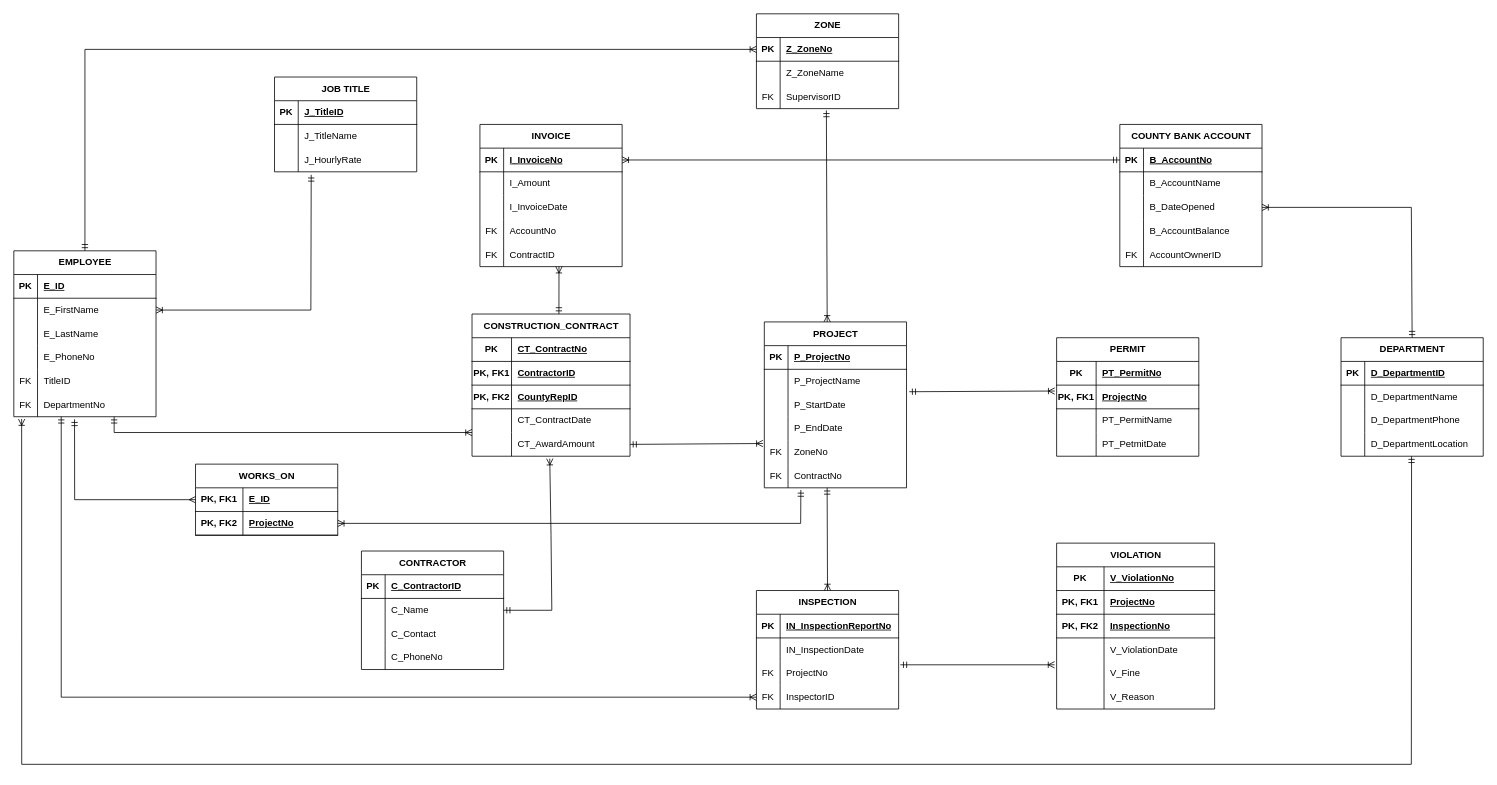
This is DatabaseERD.drawio from falcatraz/database-project, a draw.io file, before an edit. Source tidied: cells renumbered, new cells numbered last; positions are measured from the earlier drawing's top-left corner, leaving out a move shared by most shapes. Both pictures are drawn from the tidied source at 79%, with x=0, y=0 at pixel (13, 13).
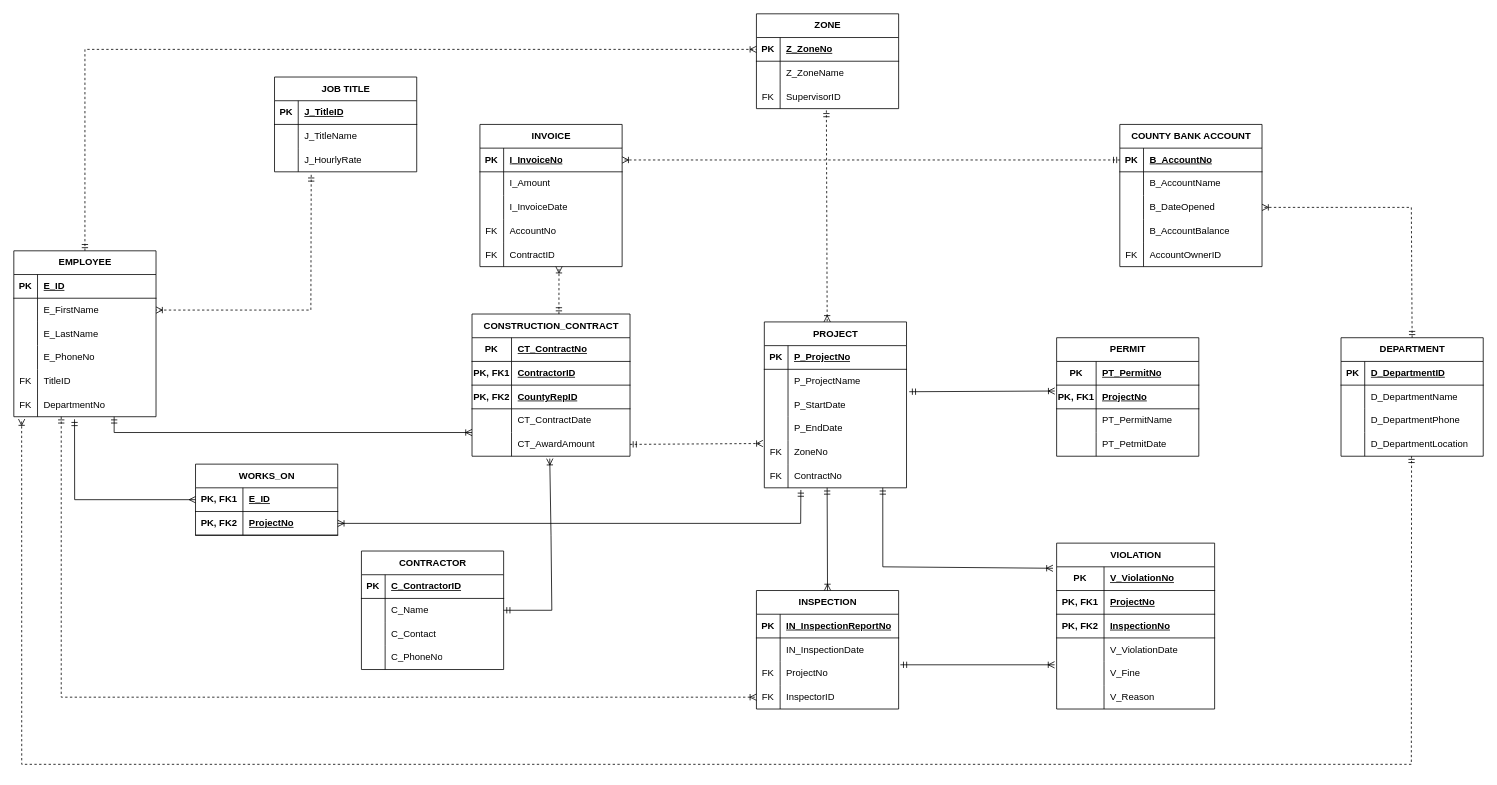
Above is the later version.

Commit message:
modified strong and weak relationships

Unchanged cells that the change refers to:
```xml
<mxCell id="2" value="EMPLOYEE" style="shape=table;startSize=30;childLayout=tableLayout;rowLines=0;fontStyle=1;align=center;html=1;" parent="1" vertex="1">
  <mxGeometry y="300" width="180" height="210" as="geometry" />
</mxCell>
<mxCell id="6" style="shape=tableRow;horizontal=0;startSize=0;swimlaneHead=0;swimlaneBody=0;fillColor=none;points=[[0,0.5],[1,0.5]];portConstraint=eastwest;top=0;left=0;right=0;bottom=0;" parent="2" vertex="1">
  <mxGeometry y="60" width="180" height="30" as="geometry" />
</mxCell>
<mxCell id="18" style="shape=tableRow;horizontal=0;startSize=0;swimlaneHead=0;swimlaneBody=0;fillColor=none;points=[[0,0.5],[1,0.5]];portConstraint=eastwest;top=0;left=0;right=0;bottom=0;" parent="2" vertex="1">
  <mxGeometry y="180" width="180" height="30" as="geometry" />
</mxCell>
<mxCell id="22" style="shape=tableRow;horizontal=0;startSize=0;swimlaneHead=0;swimlaneBody=0;fillColor=none;points=[[0,0.5],[1,0.5]];portConstraint=eastwest;top=0;left=0;right=0;bottom=1;" parent="21" vertex="1">
  <mxGeometry y="30" width="180" height="30" as="geometry" />
</mxCell>
<mxCell id="28" style="shape=tableRow;horizontal=0;startSize=0;swimlaneHead=0;swimlaneBody=0;fillColor=none;points=[[0,0.5],[1,0.5]];portConstraint=eastwest;top=0;left=0;right=0;bottom=0;" parent="21" vertex="1">
  <mxGeometry y="90" width="180" height="30" as="geometry" />
</mxCell>
<mxCell id="32" style="shape=tableRow;horizontal=0;startSize=0;swimlaneHead=0;swimlaneBody=0;fillColor=none;points=[[0,0.5],[1,0.5]];portConstraint=eastwest;top=0;left=0;right=0;bottom=1;" parent="31" vertex="1">
  <mxGeometry y="30" width="180" height="30" as="geometry" />
</mxCell>
<mxCell id="44" style="shape=tableRow;horizontal=0;startSize=0;swimlaneHead=0;swimlaneBody=0;fillColor=none;points=[[0,0.5],[1,0.5]];portConstraint=eastwest;top=0;left=0;right=0;bottom=0;" parent="31" vertex="1">
  <mxGeometry y="150" width="180" height="30" as="geometry" />
</mxCell>
<mxCell id="60" value="CONSTRUCTION_CONTRACT" style="shape=table;startSize=30;childLayout=tableLayout;rowLines=0;fontStyle=1;align=center;html=1;" parent="1" vertex="1">
  <mxGeometry x="580" y="380" width="200" height="180" as="geometry" />
</mxCell>
<mxCell id="73" style="shape=tableRow;horizontal=0;startSize=0;swimlaneHead=0;swimlaneBody=0;fillColor=none;points=[[0,0.5],[1,0.5]];portConstraint=eastwest;top=0;left=0;right=0;bottom=0;" parent="60" vertex="1">
  <mxGeometry y="150" width="200" height="30" as="geometry" />
</mxCell>
<mxCell id="76" value="PROJECT" style="shape=table;startSize=30;childLayout=tableLayout;rowLines=0;fontStyle=1;align=center;html=1;" parent="1" vertex="1">
  <mxGeometry x="950" y="390" width="180" height="210" as="geometry" />
</mxCell>
<mxCell id="89" style="shape=tableRow;horizontal=0;startSize=0;swimlaneHead=0;swimlaneBody=0;fillColor=none;points=[[0,0.5],[1,0.5]];portConstraint=eastwest;top=0;left=0;right=0;bottom=0;" parent="76" vertex="1">
  <mxGeometry y="150" width="180" height="30" as="geometry" />
</mxCell>
<mxCell id="92" style="shape=tableRow;horizontal=0;startSize=0;swimlaneHead=0;swimlaneBody=0;fillColor=none;points=[[0,0.5],[1,0.5]];portConstraint=eastwest;top=0;left=0;right=0;bottom=0;" parent="76" vertex="1">
  <mxGeometry y="180" width="180" height="30" as="geometry" />
</mxCell>
<mxCell id="118" style="shape=tableRow;horizontal=0;startSize=0;swimlaneHead=0;swimlaneBody=0;fillColor=none;points=[[0,0.5],[1,0.5]];portConstraint=eastwest;top=0;left=0;right=0;bottom=0;" parent="108" vertex="1">
  <mxGeometry y="120" width="180" height="30" as="geometry" />
</mxCell>
<mxCell id="128" style="shape=tableRow;horizontal=0;startSize=0;swimlaneHead=0;swimlaneBody=0;fillColor=none;points=[[0,0.5],[1,0.5]];portConstraint=eastwest;top=0;left=0;right=0;bottom=0;" parent="121" vertex="1">
  <mxGeometry y="90" width="180" height="30" as="geometry" />
</mxCell>
<mxCell id="141" style="shape=tableRow;horizontal=0;startSize=0;swimlaneHead=0;swimlaneBody=0;fillColor=none;points=[[0,0.5],[1,0.5]];portConstraint=eastwest;top=0;left=0;right=0;bottom=1;" parent="140" vertex="1">
  <mxGeometry y="30" width="200" height="30" as="geometry" />
</mxCell>
<mxCell id="162" style="shape=tableRow;horizontal=0;startSize=0;swimlaneHead=0;swimlaneBody=0;fillColor=none;points=[[0,0.5],[1,0.5]];portConstraint=eastwest;top=0;left=0;right=0;bottom=1;" parent="161" vertex="1">
  <mxGeometry y="30" width="180" height="30" as="geometry" />
</mxCell>
<mxCell id="168" style="shape=tableRow;horizontal=0;startSize=0;swimlaneHead=0;swimlaneBody=0;fillColor=none;points=[[0,0.5],[1,0.5]];portConstraint=eastwest;top=0;left=0;right=0;bottom=0;" parent="161" vertex="1">
  <mxGeometry y="90" width="180" height="30" as="geometry" />
</mxCell>
<mxCell id="178" value="DEPARTMENT" style="shape=table;startSize=30;childLayout=tableLayout;rowLines=0;fontStyle=1;align=center;html=1;" parent="1" vertex="1">
  <mxGeometry x="1680" y="410" width="180" height="150" as="geometry" />
</mxCell>
<mxCell id="188" style="shape=tableRow;horizontal=0;startSize=0;swimlaneHead=0;swimlaneBody=0;fillColor=none;points=[[0,0.5],[1,0.5]];portConstraint=eastwest;top=0;left=0;right=0;bottom=0;" parent="178" vertex="1">
  <mxGeometry y="120" width="180" height="30" as="geometry" />
</mxCell>
```

The edit, as a diff of the source:
```diff
@@
-    <mxCell id="131" style="fontSize=12;html=1;endArrow=ERoneToMany;startArrow=ERmandOne;rounded=0;entryX=0;entryY=0.5;entryDx=0;entryDy=0;" parent="1" edge="1" target="118">
+    <mxCell id="131" style="fontSize=12;html=1;endArrow=ERoneToMany;startArrow=ERmandOne;rounded=0;entryX=0;entryY=0.5;entryDx=0;entryDy=0;dashed=1;" parent="1" edge="1" target="118">
       <mxGeometry relative="1" as="geometry">
         <mxPoint x="60" y="510" as="sourcePoint" />
         <Array as="points">
           <mxPoint x="60" y="865" />
         </Array>
       </mxGeometry>
     </mxCell>
@@
-    <mxCell id="133" style="fontSize=12;html=1;endArrow=ERoneToMany;startArrow=ERmandOne;rounded=0;entryX=1;entryY=0.5;entryDx=0;entryDy=0;exitX=0.258;exitY=1.126;exitDx=0;exitDy=0;exitPerimeter=0;" parent="1" edge="1" source="128" target="6">
+    <mxCell id="133" style="fontSize=12;html=1;endArrow=ERoneToMany;startArrow=ERmandOne;rounded=0;entryX=1;entryY=0.5;entryDx=0;entryDy=0;exitX=0.258;exitY=1.126;exitDx=0;exitDy=0;exitPerimeter=0;dashed=1;" parent="1" edge="1" source="128" target="6">
       <mxGeometry relative="1" as="geometry">
         <Array as="points">
           <mxPoint x="376" y="375" />
         </Array>
       </mxGeometry>
     </mxCell>
-    <mxCell id="134" style="fontSize=12;html=1;endArrow=ERoneToMany;startArrow=ERmandOne;rounded=0;entryX=0.442;entryY=0;entryDx=0;entryDy=0;entryPerimeter=0;exitX=0.492;exitY=1.075;exitDx=0;exitDy=0;exitPerimeter=0;" parent="1" edge="1" source="28" target="76">
+    <mxCell id="134" style="fontSize=12;html=1;endArrow=ERoneToMany;startArrow=ERmandOne;rounded=0;entryX=0.442;entryY=0;entryDx=0;entryDy=0;entryPerimeter=0;exitX=0.492;exitY=1.075;exitDx=0;exitDy=0;exitPerimeter=0;dashed=1;" parent="1" edge="1" source="28" target="76">
       <mxGeometry relative="1" as="geometry" />
     </mxCell>
@@
-    <mxCell id="138" style="fontSize=12;html=1;endArrow=ERoneToMany;startArrow=ERmandOne;rounded=0;entryX=0.556;entryY=1;entryDx=0;entryDy=0;entryPerimeter=0;exitX=0.55;exitY=0;exitDx=0;exitDy=0;exitPerimeter=0;" parent="1" edge="1" source="60" target="44">
+    <mxCell id="138" style="fontSize=12;html=1;endArrow=ERoneToMany;startArrow=ERmandOne;rounded=0;entryX=0.556;entryY=1;entryDx=0;entryDy=0;entryPerimeter=0;exitX=0.55;exitY=0;exitDx=0;exitDy=0;exitPerimeter=0;dashed=1;" parent="1" edge="1" source="60" target="44">
       <mxGeometry relative="1" as="geometry" />
     </mxCell>
-    <mxCell id="139" style="fontSize=12;html=1;endArrow=ERoneToMany;startArrow=ERmandOne;rounded=0;entryX=-0.01;entryY=0.13;entryDx=0;entryDy=0;exitX=1;exitY=0.5;exitDx=0;exitDy=0;entryPerimeter=0;" parent="1" edge="1" source="73" target="89">
+    <mxCell id="139" style="fontSize=12;html=1;endArrow=ERoneToMany;startArrow=ERmandOne;rounded=0;entryX=-0.01;entryY=0.13;entryDx=0;entryDy=0;exitX=1;exitY=0.5;exitDx=0;exitDy=0;entryPerimeter=0;dashed=1;" parent="1" edge="1" source="73" target="89">
       <mxGeometry relative="1" as="geometry" />
     </mxCell>
@@
-    <mxCell id="160" style="fontSize=12;html=1;endArrow=ERoneToMany;startArrow=ERmandOne;rounded=0;entryX=0;entryY=0.5;entryDx=0;entryDy=0;exitX=0.5;exitY=0;exitDx=0;exitDy=0;" parent="1" edge="1" source="2" target="22">
+    <mxCell id="160" style="fontSize=12;html=1;endArrow=ERoneToMany;startArrow=ERmandOne;rounded=0;entryX=0;entryY=0.5;entryDx=0;entryDy=0;exitX=0.5;exitY=0;exitDx=0;exitDy=0;dashed=1;" parent="1" edge="1" source="2" target="22">
       <mxGeometry relative="1" as="geometry">
         <Array as="points">
           <mxPoint x="90" y="45" />
         </Array>
       </mxGeometry>
     </mxCell>
@@
-    <mxCell id="177" style="fontSize=12;html=1;endArrow=ERoneToMany;startArrow=ERmandOne;rounded=0;entryX=1;entryY=0.5;entryDx=0;entryDy=0;exitX=0;exitY=0.5;exitDx=0;exitDy=0;" parent="1" edge="1" source="162" target="32">
+    <mxCell id="177" style="fontSize=12;html=1;endArrow=ERoneToMany;startArrow=ERmandOne;rounded=0;entryX=1;entryY=0.5;entryDx=0;entryDy=0;exitX=0;exitY=0.5;exitDx=0;exitDy=0;dashed=1;" parent="1" edge="1" source="162" target="32">
       <mxGeometry relative="1" as="geometry" />
     </mxCell>
@@
-    <mxCell id="191" style="fontSize=12;html=1;endArrow=ERoneToMany;startArrow=ERmandOne;rounded=0;exitX=0.496;exitY=1;exitDx=0;exitDy=0;exitPerimeter=0;entryX=0.055;entryY=1.097;entryDx=0;entryDy=0;entryPerimeter=0;" parent="1" edge="1" source="188" target="18">
+    <mxCell id="191" style="fontSize=12;html=1;endArrow=ERoneToMany;startArrow=ERmandOne;rounded=0;exitX=0.496;exitY=1;exitDx=0;exitDy=0;exitPerimeter=0;entryX=0.055;entryY=1.097;entryDx=0;entryDy=0;entryPerimeter=0;dashed=1;" parent="1" edge="1" source="188" target="18">
       <mxGeometry relative="1" as="geometry">
         <Array as="points">
           <mxPoint x="1769" y="950" />
           <mxPoint x="10" y="950" />
         </Array>
       </mxGeometry>
     </mxCell>
-    <mxCell id="192" style="fontSize=12;html=1;endArrow=ERoneToMany;startArrow=ERmandOne;rounded=0;exitX=0.5;exitY=0;exitDx=0;exitDy=0;entryX=1;entryY=0.5;entryDx=0;entryDy=0;" parent="1" edge="1" source="178" target="168">
+    <mxCell id="192" style="fontSize=12;html=1;endArrow=ERoneToMany;startArrow=ERmandOne;rounded=0;exitX=0.5;exitY=0;exitDx=0;exitDy=0;entryX=1;entryY=0.5;entryDx=0;entryDy=0;dashed=1;" parent="1" edge="1" source="178" target="168">
       <mxGeometry relative="1" as="geometry">
         <Array as="points">
           <mxPoint x="1769" y="245" />
         </Array>
       </mxGeometry>
     </mxCell>
@@
+    <mxCell id="202" style="fontSize=12;html=1;endArrow=ERoneToMany;startArrow=ERmandOne;rounded=0;entryX=-0.023;entryY=0.061;entryDx=0;entryDy=0;entryPerimeter=0;exitX=0.833;exitY=1;exitDx=0;exitDy=0;exitPerimeter=0;" parent="1" edge="1" source="92" target="141">
+      <mxGeometry relative="1" as="geometry">
+        <Array as="points">
+          <mxPoint x="1100" y="700" />
+        </Array>
+      </mxGeometry>
+    </mxCell>
```
